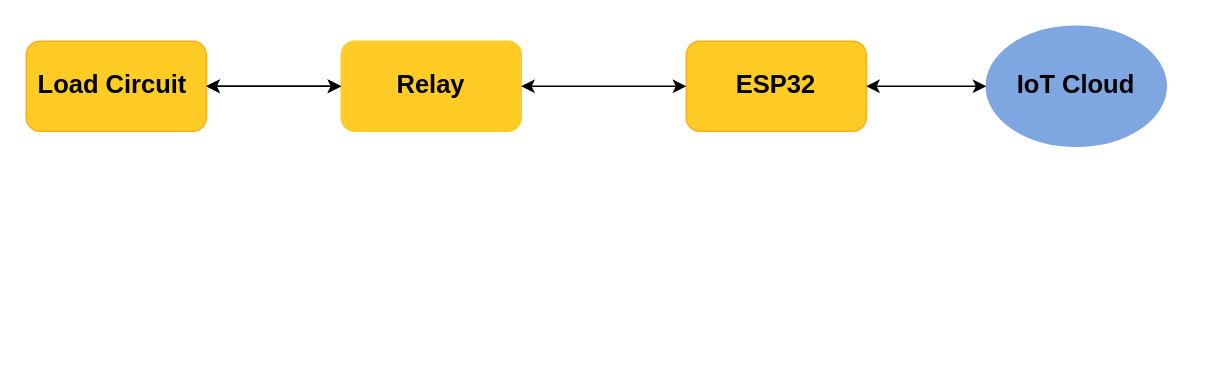
Earlier version of the draw.io diagram mini-pro.drawio (rumaisa147/sillymatters.com). Source tidied: cells renumbered, new cells numbered last; positions are measured from the earlier drawing's top-left corner, leaving out a move shared by most shapes. Both pictures are drawn from the tidied source at 150%, with x=0, y=0 at pixel (26, 26).
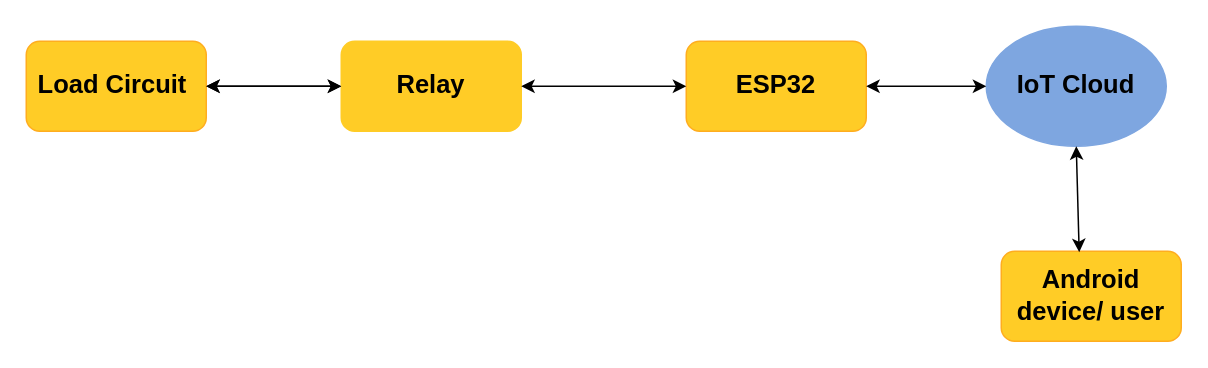
The same diagram, later.

Change to the diagram source:
```diff
@@
 <mxGraphModel>
   <root>
     <mxCell id="0" />
     <mxCell id="1" parent="0" />
     <mxCell id="2" value="&lt;b&gt;&lt;font style=&quot;font-size: 17px;&quot;&gt;Load Circuit&amp;nbsp;&lt;/font&gt;&lt;/b&gt;" style="rounded=1;whiteSpace=wrap;html=1;fillColor=#FFCC26;strokeColor=#FFAD1F;" parent="1" vertex="1">
       <mxGeometry y="10" width="120" height="60" as="geometry" />
     </mxCell>
     <mxCell id="3" value="&lt;b&gt;&lt;font style=&quot;font-size: 17px;&quot;&gt;Relay&lt;/font&gt;&lt;/b&gt;" style="rounded=1;whiteSpace=wrap;html=1;fillColor=#FFCC26;strokeColor=#FFCC26;" parent="1" vertex="1">
       <mxGeometry x="210" y="10" width="120" height="60" as="geometry" />
     </mxCell>
     <mxCell id="4" value="&lt;font style=&quot;font-size: 17px;&quot;&gt;&lt;b&gt;ESP32&lt;/b&gt;&lt;/font&gt;" style="rounded=1;whiteSpace=wrap;html=1;fillColor=#FFCC26;strokeColor=#FFAD1F;" parent="1" vertex="1">
       <mxGeometry x="440" y="10" width="120" height="60" as="geometry" />
     </mxCell>
     <mxCell id="5" value="&lt;b&gt;&lt;font style=&quot;font-size: 17px;&quot;&gt;IoT Cloud&lt;/font&gt;&lt;/b&gt;" style="ellipse;whiteSpace=wrap;html=1;fillColor=#7EA6E0;strokeColor=#7EA6E0;" parent="1" vertex="1">
       <mxGeometry x="640" width="120" height="80" as="geometry" />
     </mxCell>
     <mxCell id="6" style="endArrow=classic;startArrow=classic;html=1;rounded=0;fontSize=17;exitX=1;exitY=0.5;exitDx=0;exitDy=0;" parent="1" edge="1" source="2">
       <mxGeometry relative="1" as="geometry">
         <mxPoint x="210" y="40" as="targetPoint" />
       </mxGeometry>
     </mxCell>
     <mxCell id="7" style="endArrow=classic;startArrow=classic;html=1;rounded=0;fontSize=17;exitX=1;exitY=0.5;exitDx=0;exitDy=0;" parent="1" edge="1" source="2">
       <mxGeometry relative="1" as="geometry">
         <mxPoint x="210" y="40" as="targetPoint" />
         <Array as="points">
           <mxPoint x="170" y="40" />
         </Array>
       </mxGeometry>
     </mxCell>
     <mxCell id="8" style="endArrow=classic;startArrow=classic;html=1;rounded=0;fontSize=17;exitX=1;exitY=0.5;exitDx=0;exitDy=0;entryX=0;entryY=0.5;entryDx=0;entryDy=0;" parent="1" edge="1" source="4" target="5">
       <mxGeometry relative="1" as="geometry">
         <Array as="points">
           <mxPoint x="600" y="40" />
         </Array>
       </mxGeometry>
     </mxCell>
     <mxCell id="9" style="endArrow=classic;startArrow=classic;html=1;rounded=0;fontSize=17;exitX=1;exitY=0.5;exitDx=0;exitDy=0;entryX=0;entryY=0.5;entryDx=0;entryDy=0;" parent="1" edge="1" source="3" target="4">
       <mxGeometry relative="1" as="geometry" />
     </mxCell>
+    <mxCell id="10" value="&lt;b&gt;Android device/ user&lt;/b&gt;" style="rounded=1;whiteSpace=wrap;html=1;fontSize=17;strokeColor=#FFAD1F;fillColor=#FFCC26;" parent="1" vertex="1">
+      <mxGeometry x="650" y="150" width="120" height="60" as="geometry" />
+    </mxCell>
+    <mxCell id="11" style="endArrow=classic;startArrow=classic;html=1;rounded=0;fontSize=17;entryX=0.5;entryY=1;entryDx=0;entryDy=0;exitX=0.433;exitY=0.01;exitDx=0;exitDy=0;exitPerimeter=0;" parent="1" edge="1" source="10" target="5">
+      <mxGeometry relative="1" as="geometry" />
+    </mxCell>
   </root>
 </mxGraphModel>
```
